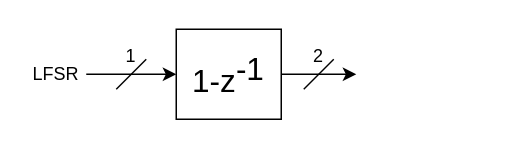
Before: Untitled Diagram.drawio in CodeWithManojkumar/ADCs, a draw.io diagram. Source tidied: cells renumbered, new cells numbered last; positions are measured from the earlier drawing's top-left corner, leaving out a move shared by most shapes. Both pictures are drawn from the tidied source at 150%, with x=0, y=0 at pixel (26, 28).
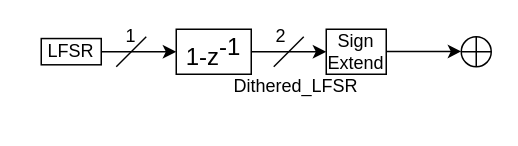
The same diagram, later.

Diff of the diagram source:
```diff
@@
 <mxGraphModel>
   <root>
     <mxCell id="0" />
     <mxCell id="1" parent="0" />
-    <mxCell id="2" value="&lt;span style=&quot;font-family: &amp;quot;Cambria Math&amp;quot;; font-size: 21px;&quot;&gt;1-z&lt;sup style=&quot;font-size: 21px;&quot;&gt;-1&lt;/sup&gt;&lt;/span&gt;" style="rounded=0;whiteSpace=wrap;html=1;fontSize=21;fontStyle=0;" parent="1" vertex="1">
-      <mxGeometry x="100" width="70" height="60" as="geometry" />
+    <mxCell id="2" value="&lt;span style=&quot;font-family: &amp;quot;Cambria Math&amp;quot;; font-size: 16px;&quot;&gt;1-z&lt;sup style=&quot;font-size: 16px;&quot;&gt;-1&lt;/sup&gt;&lt;/span&gt;" style="rounded=0;whiteSpace=wrap;html=1;fontSize=16;fontStyle=0;" parent="1" vertex="1">
+      <mxGeometry x="100" width="50" height="30" as="geometry" />
     </mxCell>
     <mxCell id="3" style="endArrow=classic;html=1;rounded=0;entryX=0;entryY=0.5;entryDx=0;entryDy=0;" parent="1" edge="1" target="2">
       <mxGeometry relative="1" as="geometry">
-        <mxPoint x="40" y="30" as="sourcePoint" />
+        <mxPoint x="50" y="15" as="sourcePoint" />
       </mxGeometry>
     </mxCell>
     <mxCell id="4" style="endArrow=none;html=1;rounded=0;" parent="1" edge="1">
       <mxGeometry relative="1" as="geometry">
-        <mxPoint x="60" y="40" as="sourcePoint" />
-        <mxPoint x="80" y="20" as="targetPoint" />
+        <mxPoint x="60" y="25" as="sourcePoint" />
+        <mxPoint x="80" y="5" as="targetPoint" />
       </mxGeometry>
     </mxCell>
     <mxCell id="5" style="endArrow=classic;html=1;rounded=0;exitX=1;exitY=0.5;exitDx=0;exitDy=0;" parent="1" edge="1" source="2">
       <mxGeometry relative="1" as="geometry">
-        <mxPoint x="220" y="30" as="targetPoint" />
+        <mxPoint x="200" y="15" as="targetPoint" />
       </mxGeometry>
     </mxCell>
     <mxCell id="6" style="endArrow=none;html=1;rounded=0;" parent="1" edge="1">
       <mxGeometry relative="1" as="geometry">
-        <mxPoint x="185" y="40" as="sourcePoint" />
-        <mxPoint x="205" y="20" as="targetPoint" />
+        <mxPoint x="165" y="25" as="sourcePoint" />
+        <mxPoint x="185" y="5" as="targetPoint" />
       </mxGeometry>
     </mxCell>
-    <mxCell id="7" value="LFSR" style="text;strokeColor=none;align=center;fillColor=none;html=1;verticalAlign=middle;whiteSpace=wrap;rounded=0;fontFamily=palatino;" parent="1" vertex="1">
-      <mxGeometry y="22.5" width="40" height="15" as="geometry" />
-    </mxCell>
     <mxCell id="8" value="&lt;font face=&quot;palatino&quot;&gt;1&lt;/font&gt;" style="text;strokeColor=none;align=center;fillColor=none;html=1;verticalAlign=middle;whiteSpace=wrap;rounded=0;" parent="1" vertex="1">
-      <mxGeometry x="60" y="12.5" width="20" height="10" as="geometry" />
+      <mxGeometry x="60" width="20" height="10" as="geometry" />
     </mxCell>
     <mxCell id="9" value="&lt;font face=&quot;palatino&quot;&gt;2&lt;/font&gt;" style="text;strokeColor=none;align=center;fillColor=none;html=1;verticalAlign=middle;whiteSpace=wrap;rounded=0;" parent="1" vertex="1">
-      <mxGeometry x="185" y="12.5" width="20" height="10" as="geometry" />
+      <mxGeometry x="160" width="20" height="10" as="geometry" />
     </mxCell>
+    <mxCell id="10" value="&lt;font face=&quot;palatino&quot;&gt;Dithered_LFSR&lt;/font&gt;" style="text;strokeColor=none;align=center;fillColor=none;html=1;verticalAlign=middle;whiteSpace=wrap;rounded=0;" parent="1" vertex="1">
+      <mxGeometry x="150" y="22.5" width="60" height="30" as="geometry" />
+    </mxCell>
+    <mxCell id="11" value="&lt;font face=&quot;palatino&quot;&gt;Sign Extend&lt;/font&gt;" style="rounded=0;whiteSpace=wrap;html=1;" parent="1" vertex="1">
+      <mxGeometry x="200" width="40" height="30" as="geometry" />
+    </mxCell>
+    <mxCell id="12" style="endArrow=classic;html=1;rounded=0;exitX=1;exitY=0.5;exitDx=0;exitDy=0;" parent="1" edge="1">
+      <mxGeometry relative="1" as="geometry">
+        <mxPoint x="240" y="14.8" as="sourcePoint" />
+        <mxPoint x="290" y="14.8" as="targetPoint" />
+      </mxGeometry>
+    </mxCell>
+    <mxCell id="13" style="verticalLabelPosition=bottom;verticalAlign=top;html=1;shape=mxgraph.flowchart.summing_function;" parent="1" vertex="1">
+      <mxGeometry x="290" y="5" width="20" height="20" as="geometry" />
+    </mxCell>
+    <mxCell id="7" value="&lt;font face=&quot;palatino&quot;&gt;LFSR&lt;/font&gt;" style="rounded=0;whiteSpace=wrap;html=1;" parent="1" vertex="1">
+      <mxGeometry x="10" y="6.2" width="40" height="17.5" as="geometry" />
+    </mxCell>
   </root>
 </mxGraphModel>
```
